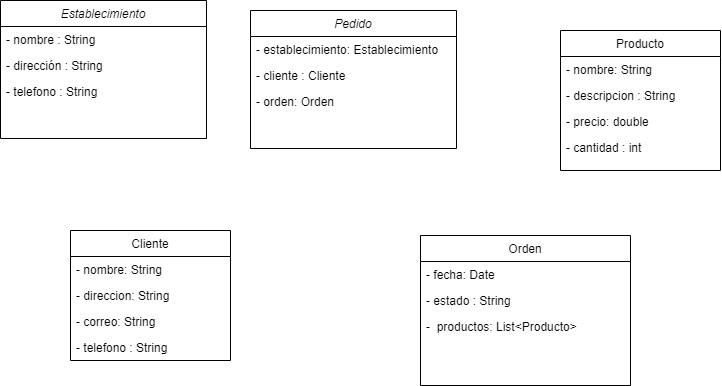
Earlier version of the draw.io export Diagrama sin título.drawio.png (Tumbaditoboy/pollitopio). Source tidied: cells renumbered, new cells last; positions are measured from the earlier drawing's top-left corner, leaving out a move shared by most shapes.
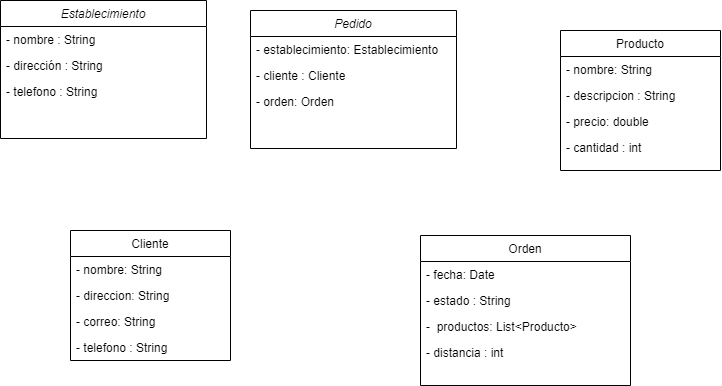
After the change.

What changed in the source:
```diff
@@ -41,6 +41,9 @@
     <mxCell id="14" value="-  productos: List&lt;Producto&gt;" style="text;align=left;verticalAlign=top;spacingLeft=4;spacingRight=4;overflow=hidden;" parent="11" vertex="1">
       <mxGeometry y="78" width="210" height="26" as="geometry" />
     </mxCell>
+    <mxCell id="24" value="- distancia : int" style="text;align=left;verticalAlign=top;spacingLeft=4;spacingRight=4;overflow=hidden;" parent="11" vertex="1">
+      <mxGeometry y="104" width="210" height="26" as="geometry" />
+    </mxCell>
     <mxCell id="15" value="Producto" style="swimlane;fontStyle=0;align=center;verticalAlign=top;horizontal=1;startSize=26;rounded=0;shadow=0;strokeWidth=1;" parent="1" vertex="1">
       <mxGeometry x="560" y="30" width="160" height="140" as="geometry" />
     </mxCell>
```
